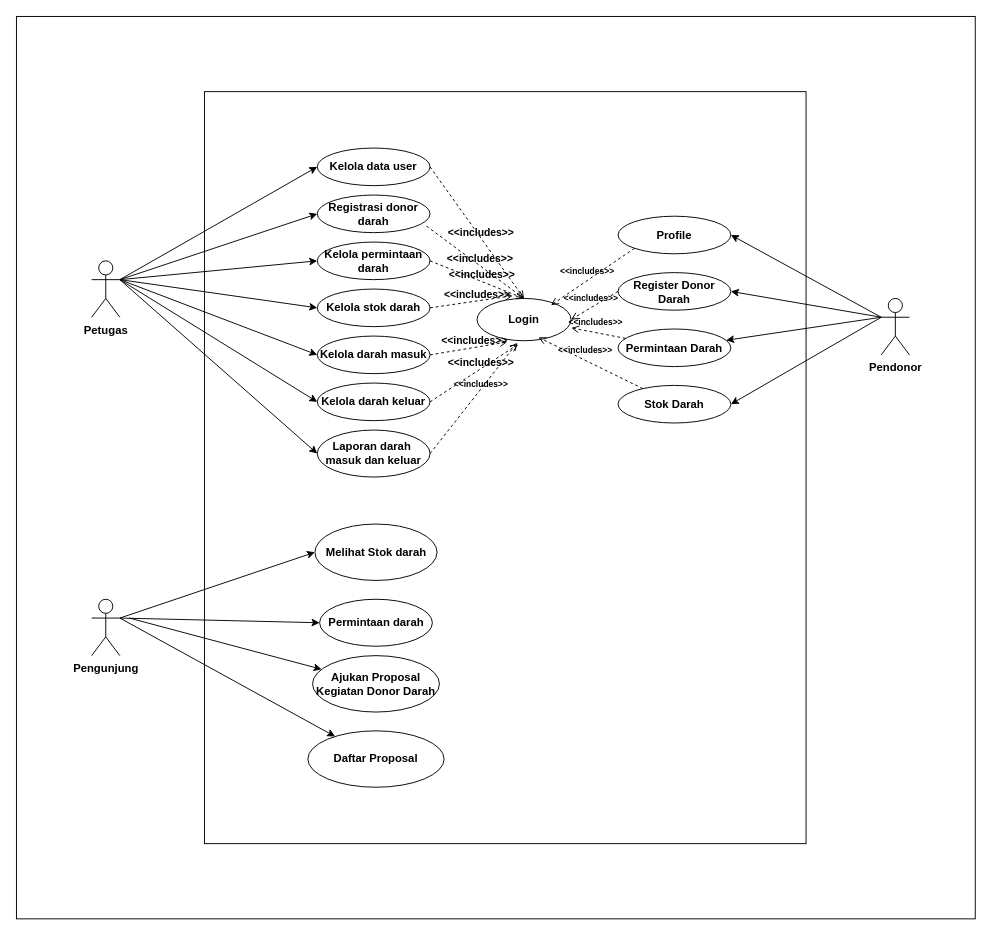
The draw.io diagram page "usecase" (1 of 24) of Untitled Diagram.drawio in afdikomayte/UDD-PMI-blood-donation-service, before the edit. Source tidied: cells renumbered, new cells numbered last; positions are measured from the earlier drawing's top-left corner, leaving out a move shared by most shapes. Both pictures are drawn from the tidied source at 94%, with x=0, y=0 at pixel (16, 16).
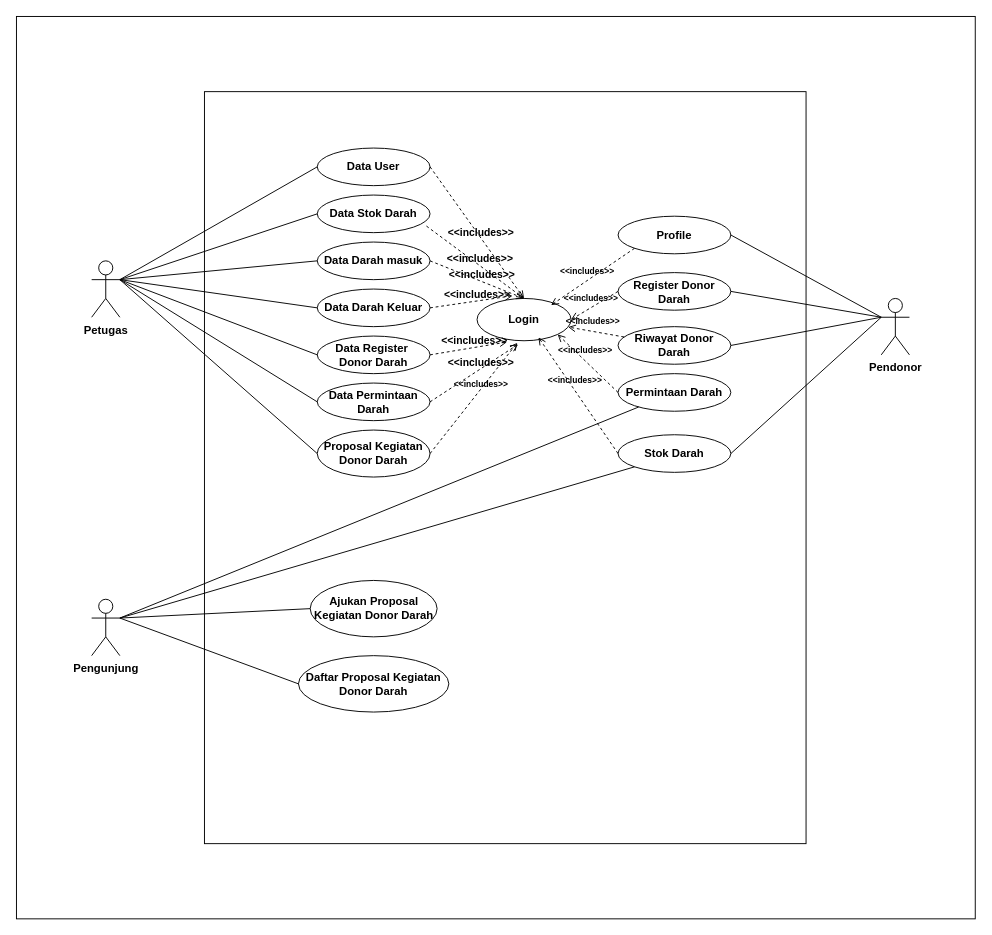
After the change.

The change refers to these unchanged cells:
```xml
<mxCell id="5" value="Petugas" style="shape=umlActor;verticalLabelPosition=bottom;verticalAlign=top;html=1;outlineConnect=0;fontStyle=1;" parent="1" vertex="1">
  <mxGeometry x="80" y="260" width="30" height="60" as="geometry" />
</mxCell>
<mxCell id="6" value="Login" style="ellipse;whiteSpace=wrap;html=1;fontStyle=1;" parent="1" vertex="1">
  <mxGeometry x="490" y="300" width="100" height="45" as="geometry" />
</mxCell>
<mxCell id="20" value="Pendonor" style="shape=umlActor;verticalLabelPosition=bottom;verticalAlign=top;html=1;outlineConnect=0;fontStyle=1;" parent="1" vertex="1">
  <mxGeometry x="920" y="300" width="30" height="60" as="geometry" />
</mxCell>
<mxCell id="23" value="Profile" style="ellipse;whiteSpace=wrap;html=1;fontStyle=1;" parent="1" vertex="1">
  <mxGeometry x="640" y="212.5" width="120" height="40" as="geometry" />
</mxCell>
<mxCell id="24" value="Register Donor Darah" style="ellipse;whiteSpace=wrap;html=1;fontStyle=1;" parent="1" vertex="1">
  <mxGeometry x="640" y="272.5" width="120" height="40" as="geometry" />
</mxCell>
<mxCell id="27" value="Pengunjung" style="shape=umlActor;verticalLabelPosition=bottom;verticalAlign=top;html=1;outlineConnect=0;fontStyle=1;" parent="1" vertex="1">
  <mxGeometry x="80" y="620" width="30" height="60" as="geometry" />
</mxCell>
```

Diff of the diagram source:
```diff
@@
-    <mxCell id="4" style="rounded=0;jettySize=auto;html=1;exitX=1;exitY=0.3333333333333333;exitDx=0;exitDy=0;exitPerimeter=0;entryX=0;entryY=0.5;entryDx=0;entryDy=0;fontStyle=1;" parent="1" edge="1" source="5" target="7">
-      <mxGeometry relative="1" as="geometry" />
-    </mxCell>
@@
-    <mxCell id="7" value="Kelola data user" style="ellipse;whiteSpace=wrap;html=1;fontStyle=1;" parent="1" vertex="1">
+    <mxCell id="7" value="Data User" style="ellipse;whiteSpace=wrap;html=1;fontStyle=1;" parent="1" vertex="1">
       <mxGeometry x="320" y="140" width="120" height="40" as="geometry" />
     </mxCell>
-    <mxCell id="8" value="Registrasi donor darah" style="ellipse;whiteSpace=wrap;html=1;fontStyle=1;" parent="1" vertex="1">
+    <mxCell id="8" value="Data Stok Darah" style="ellipse;whiteSpace=wrap;html=1;fontStyle=1;" parent="1" vertex="1">
       <mxGeometry x="320" y="190" width="120" height="40" as="geometry" />
     </mxCell>
-    <mxCell id="9" value="Kelola permintaan darah" style="ellipse;whiteSpace=wrap;html=1;fontStyle=1;" parent="1" vertex="1">
+    <mxCell id="9" value="Data Darah masuk" style="ellipse;whiteSpace=wrap;html=1;fontStyle=1;" parent="1" vertex="1">
       <mxGeometry x="320" y="240" width="120" height="40" as="geometry" />
     </mxCell>
-    <mxCell id="10" value="Kelola stok darah" style="ellipse;whiteSpace=wrap;html=1;fontStyle=1;" parent="1" vertex="1">
+    <mxCell id="10" value="Data Darah Keluar" style="ellipse;whiteSpace=wrap;html=1;fontStyle=1;" parent="1" vertex="1">
       <mxGeometry x="320" y="290" width="120" height="40" as="geometry" />
     </mxCell>
-    <mxCell id="11" value="Kelola darah masuk" style="ellipse;whiteSpace=wrap;html=1;fontStyle=1;" parent="1" vertex="1">
+    <mxCell id="11" value="Data Register&amp;nbsp;&lt;div&gt;Donor Darah&lt;/div&gt;" style="ellipse;whiteSpace=wrap;html=1;fontStyle=1;" parent="1" vertex="1">
       <mxGeometry x="320" y="340" width="120" height="40" as="geometry" />
     </mxCell>
-    <mxCell id="12" value="Kelola darah keluar" style="ellipse;whiteSpace=wrap;html=1;fontStyle=1;" parent="1" vertex="1">
+    <mxCell id="12" value="Data Permintaan Darah" style="ellipse;whiteSpace=wrap;html=1;fontStyle=1;" parent="1" vertex="1">
       <mxGeometry x="320" y="390" width="120" height="40" as="geometry" />
     </mxCell>
-    <mxCell id="13" style="rounded=0;jettySize=auto;html=1;entryX=0;entryY=0.5;entryDx=0;entryDy=0;exitX=1;exitY=0.3333333333333333;exitDx=0;exitDy=0;exitPerimeter=0;fontStyle=1;" parent="1" edge="1" source="5" target="8">
-      <mxGeometry relative="1" as="geometry" />
-    </mxCell>
-    <mxCell id="14" style="rounded=0;jettySize=auto;html=1;entryX=0;entryY=0.5;entryDx=0;entryDy=0;exitX=1;exitY=0.3333333333333333;exitDx=0;exitDy=0;exitPerimeter=0;fontStyle=1;" parent="1" edge="1" source="5" target="9">
-      <mxGeometry relative="1" as="geometry" />
-    </mxCell>
-    <mxCell id="15" style="rounded=0;jettySize=auto;html=1;entryX=0;entryY=0.5;entryDx=0;entryDy=0;exitX=1;exitY=0.3333333333333333;exitDx=0;exitDy=0;exitPerimeter=0;fontStyle=1;" parent="1" edge="1" source="5" target="10">
-      <mxGeometry relative="1" as="geometry" />
-    </mxCell>
-    <mxCell id="16" style="rounded=0;jettySize=auto;html=1;entryX=0;entryY=0.5;entryDx=0;entryDy=0;exitX=1;exitY=0.3333333333333333;exitDx=0;exitDy=0;exitPerimeter=0;fontStyle=1;" parent="1" edge="1" source="5" target="11">
-      <mxGeometry relative="1" as="geometry" />
-    </mxCell>
-    <mxCell id="17" style="rounded=0;jettySize=auto;html=1;entryX=0;entryY=0.5;entryDx=0;entryDy=0;exitX=1;exitY=0.3333333333333333;exitDx=0;exitDy=0;exitPerimeter=0;fontStyle=1;" parent="1" edge="1" source="5" target="12">
-      <mxGeometry relative="1" as="geometry" />
-    </mxCell>
-    <mxCell id="18" value="Laporan darah&amp;nbsp;&lt;div&gt;masuk dan keluar&lt;/div&gt;" style="ellipse;whiteSpace=wrap;html=1;fontStyle=1;" parent="1" vertex="1">
+    <mxCell id="18" value="Proposal Kegiatan&lt;div&gt;Donor Darah&lt;/div&gt;" style="ellipse;whiteSpace=wrap;html=1;fontStyle=1;" parent="1" vertex="1">
       <mxGeometry x="320" y="440" width="120" height="50" as="geometry" />
     </mxCell>
-    <mxCell id="19" style="rounded=0;jettySize=auto;html=1;exitX=0;exitY=0.3333333333333333;exitDx=0;exitDy=0;exitPerimeter=0;entryX=1;entryY=0.5;entryDx=0;entryDy=0;fontStyle=1;" parent="1" edge="1" source="20" target="23">
-      <mxGeometry relative="1" as="geometry" />
-    </mxCell>
@@
-    <mxCell id="22" style="rounded=0;jettySize=auto;html=1;entryX=0;entryY=0.5;entryDx=0;entryDy=0;exitX=1;exitY=0.3333333333333333;exitDx=0;exitDy=0;exitPerimeter=0;fontStyle=1;" parent="1" edge="1" source="5" target="18">
-      <mxGeometry relative="1" as="geometry" />
-    </mxCell>
@@
-    <mxCell id="25" style="rounded=0;jettySize=auto;html=1;exitX=0;exitY=0.333;exitDx=0;exitDy=0;exitPerimeter=0;entryX=1;entryY=0.5;entryDx=0;entryDy=0;fontStyle=1;" parent="1" edge="1" source="20" target="24">
-      <mxGeometry relative="1" as="geometry" />
-    </mxCell>
-    <mxCell id="26" style="rounded=0;jettySize=auto;html=1;entryX=0;entryY=0.5;entryDx=0;entryDy=0;exitX=1;exitY=0.3333333333333333;exitDx=0;exitDy=0;exitPerimeter=0;fontStyle=1;" parent="1" edge="1" source="27" target="28">
-      <mxGeometry relative="1" as="geometry" />
-    </mxCell>
@@
-    <mxCell id="28" value="Melihat Stok darah" style="ellipse;whiteSpace=wrap;html=1;fontStyle=1;" parent="1" vertex="1">
-      <mxGeometry x="317.5" y="540" width="130" height="60" as="geometry" />
-    </mxCell>
-    <mxCell id="29" value="Permintaan darah" style="ellipse;whiteSpace=wrap;html=1;fontStyle=1;" parent="1" vertex="1">
-      <mxGeometry x="322.5" y="620" width="120" height="50" as="geometry" />
-    </mxCell>
-    <mxCell id="30" style="rounded=0;jettySize=auto;html=1;entryX=0;entryY=0.5;entryDx=0;entryDy=0;fontStyle=1;exitX=1;exitY=0.3333333333333333;exitDx=0;exitDy=0;exitPerimeter=0;" parent="1" edge="1" source="27" target="29">
-      <mxGeometry relative="1" as="geometry" />
-    </mxCell>
     <mxCell id="31" value="Ajukan Proposal Kegiatan Donor Darah" style="ellipse;whiteSpace=wrap;html=1;fontStyle=1;" parent="1" vertex="1">
-      <mxGeometry x="315" y="680" width="135" height="60" as="geometry" />
+      <mxGeometry x="312.5" y="600" width="135" height="60" as="geometry" />
     </mxCell>
@@
     <mxCell id="38" value="Permintaan Darah" style="ellipse;whiteSpace=wrap;html=1;fontStyle=1;" parent="1" vertex="1">
-      <mxGeometry x="640" y="332.5" width="120" height="40" as="geometry" />
+      <mxGeometry x="640" y="380" width="120" height="40" as="geometry" />
     </mxCell>
     <mxCell id="39" value="Stok Darah" style="ellipse;whiteSpace=wrap;html=1;fontStyle=1;" parent="1" vertex="1">
-      <mxGeometry x="640" y="392.5" width="120" height="40" as="geometry" />
+      <mxGeometry x="640" y="445" width="120" height="40" as="geometry" />
     </mxCell>
-    <mxCell id="40" style="rounded=0;jettySize=auto;html=1;fontStyle=1;" parent="1" edge="1" target="38">
-      <mxGeometry relative="1" as="geometry">
-        <mxPoint x="920" y="320" as="sourcePoint" />
-      </mxGeometry>
-    </mxCell>
-    <mxCell id="41" style="rounded=0;jettySize=auto;html=1;exitX=0;exitY=0.3333333333333333;exitDx=0;exitDy=0;exitPerimeter=0;entryX=1;entryY=0.5;entryDx=0;entryDy=0;fontStyle=1;" parent="1" edge="1" source="20" target="39">
-      <mxGeometry relative="1" as="geometry" />
-    </mxCell>
-    <mxCell id="42" value="&lt;font style=&quot;font-size: 9px;&quot;&gt;&amp;lt;&amp;lt;includes&amp;gt;&amp;gt;&lt;/font&gt;" style="endArrow=open;html=1;rounded=0;align=center;verticalAlign=bottom;dashed=1;endFill=0;labelBackgroundColor=none;fontStyle=1;entryX=0.653;entryY=0.919;entryDx=0;entryDy=0;entryPerimeter=0;" parent="1" edge="1" source="39" target="6">
+    <mxCell id="42" value="&lt;font style=&quot;font-size: 9px;&quot;&gt;&amp;lt;&amp;lt;includes&amp;gt;&amp;gt;&lt;/font&gt;" style="endArrow=open;html=1;rounded=0;align=center;verticalAlign=bottom;dashed=1;endFill=0;labelBackgroundColor=none;fontStyle=1;entryX=0.653;entryY=0.919;entryDx=0;entryDy=0;entryPerimeter=0;exitX=0;exitY=0.5;exitDx=0;exitDy=0;" parent="1" edge="1" source="39" target="6">
       <mxGeometry x="0.12" y="-2" relative="1" as="geometry" />
     </mxCell>
-    <mxCell id="43" value="&lt;font style=&quot;font-size: 9px;&quot;&gt;&amp;lt;&amp;lt;includes&amp;gt;&amp;gt;&lt;/font&gt;" style="endArrow=open;html=1;rounded=0;align=center;verticalAlign=bottom;dashed=1;endFill=0;labelBackgroundColor=none;fontStyle=1;entryX=1.003;entryY=0.696;entryDx=0;entryDy=0;entryPerimeter=0;" parent="1" edge="1" source="38" target="6">
+    <mxCell id="43" value="&lt;font style=&quot;font-size: 9px;&quot;&gt;&amp;lt;&amp;lt;includes&amp;gt;&amp;gt;&lt;/font&gt;" style="endArrow=open;html=1;rounded=0;align=center;verticalAlign=bottom;dashed=1;endFill=0;labelBackgroundColor=none;fontStyle=1;entryX=1;entryY=1;entryDx=0;entryDy=0;exitX=0;exitY=0.5;exitDx=0;exitDy=0;" parent="1" edge="1" source="38" target="6">
       <mxGeometry x="0.12" y="-2" relative="1" as="geometry" />
     </mxCell>
@@
-    <mxCell id="46" style="rounded=0;jettySize=auto;html=1;fontStyle=1;" parent="1" edge="1" target="31">
-      <mxGeometry relative="1" as="geometry">
-        <mxPoint x="120" y="640" as="sourcePoint" />
-      </mxGeometry>
-    </mxCell>
-    <mxCell id="47" value="Daftar Proposal" style="ellipse;whiteSpace=wrap;html=1;fontStyle=1;" parent="1" vertex="1">
-      <mxGeometry x="310" y="760" width="145" height="60" as="geometry" />
+    <mxCell id="47" value="Daftar Proposal Kegiatan&lt;div&gt;Donor Darah&lt;/div&gt;" style="ellipse;whiteSpace=wrap;html=1;fontStyle=1;" parent="1" vertex="1">
+      <mxGeometry x="300" y="680" width="160" height="60" as="geometry" />
     </mxCell>
+    <mxCell id="49" value="Riwayat Donor Darah" style="ellipse;whiteSpace=wrap;html=1;fontStyle=1;" parent="1" vertex="1">
+      <mxGeometry x="640" y="330" width="120" height="40" as="geometry" />
+    </mxCell>
+    <mxCell id="50" value="&lt;font style=&quot;font-size: 9px;&quot;&gt;&amp;lt;&amp;lt;includes&amp;gt;&amp;gt;&lt;/font&gt;" style="endArrow=open;html=1;rounded=0;align=center;verticalAlign=bottom;dashed=1;endFill=0;labelBackgroundColor=none;fontStyle=1;" parent="1" edge="1" source="49" target="6">
+      <mxGeometry x="0.12" y="-2" relative="1" as="geometry" />
+    </mxCell>
+    <mxCell id="4" style="endArrow=none;html=1;rounded=0;exitX=1;exitY=0.3333333333333333;exitDx=0;exitDy=0;exitPerimeter=0;entryX=0;entryY=0.5;entryDx=0;entryDy=0;" parent="1" edge="1" source="5" target="7">
+      <mxGeometry relative="1" as="geometry" />
+    </mxCell>
+    <mxCell id="13" style="endArrow=none;html=1;rounded=0;exitX=1;exitY=0.3333333333333333;exitDx=0;exitDy=0;exitPerimeter=0;entryX=0;entryY=0.5;entryDx=0;entryDy=0;" parent="1" edge="1" source="5" target="8">
+      <mxGeometry relative="1" as="geometry" />
+    </mxCell>
+    <mxCell id="15" style="endArrow=none;html=1;rounded=0;exitX=1;exitY=0.3333333333333333;exitDx=0;exitDy=0;exitPerimeter=0;entryX=0;entryY=0.5;entryDx=0;entryDy=0;" parent="1" edge="1" source="5" target="10">
+      <mxGeometry relative="1" as="geometry" />
+    </mxCell>
+    <mxCell id="16" style="endArrow=none;html=1;rounded=0;exitX=1;exitY=0.3333333333333333;exitDx=0;exitDy=0;exitPerimeter=0;entryX=0;entryY=0.5;entryDx=0;entryDy=0;" parent="1" edge="1" source="5" target="11">
+      <mxGeometry relative="1" as="geometry" />
+    </mxCell>
+    <mxCell id="17" style="endArrow=none;html=1;rounded=0;exitX=1;exitY=0.3333333333333333;exitDx=0;exitDy=0;exitPerimeter=0;entryX=0;entryY=0.5;entryDx=0;entryDy=0;" parent="1" edge="1" source="5" target="12">
+      <mxGeometry relative="1" as="geometry" />
+    </mxCell>
+    <mxCell id="22" style="endArrow=none;html=1;rounded=0;exitX=1;exitY=0.3333333333333333;exitDx=0;exitDy=0;exitPerimeter=0;entryX=0;entryY=0.5;entryDx=0;entryDy=0;" parent="1" edge="1" source="5" target="18">
+      <mxGeometry relative="1" as="geometry" />
+    </mxCell>
+    <mxCell id="51" style="endArrow=none;html=1;rounded=0;entryX=0;entryY=0.5;entryDx=0;entryDy=0;" parent="1" edge="1" target="9">
+      <mxGeometry relative="1" as="geometry">
+        <mxPoint x="110" y="280" as="sourcePoint" />
+      </mxGeometry>
+    </mxCell>
+    <mxCell id="52" style="endArrow=none;html=1;rounded=0;entryX=0;entryY=0.3333333333333333;entryDx=0;entryDy=0;entryPerimeter=0;exitX=1;exitY=0.5;exitDx=0;exitDy=0;" parent="1" edge="1" source="24" target="20">
+      <mxGeometry relative="1" as="geometry" />
+    </mxCell>
+    <mxCell id="53" style="endArrow=none;html=1;rounded=0;exitX=1;exitY=0.5;exitDx=0;exitDy=0;entryX=0;entryY=0.3333333333333333;entryDx=0;entryDy=0;entryPerimeter=0;" parent="1" edge="1" source="23" target="20">
+      <mxGeometry relative="1" as="geometry" />
+    </mxCell>
+    <mxCell id="54" style="endArrow=none;html=1;rounded=0;entryX=0;entryY=0.3333333333333333;entryDx=0;entryDy=0;entryPerimeter=0;exitX=1;exitY=0.5;exitDx=0;exitDy=0;" parent="1" edge="1" source="49" target="20">
+      <mxGeometry relative="1" as="geometry" />
+    </mxCell>
+    <mxCell id="55" style="endArrow=none;html=1;rounded=0;entryX=0;entryY=0.3333333333333333;entryDx=0;entryDy=0;entryPerimeter=0;exitX=1;exitY=0.5;exitDx=0;exitDy=0;" parent="1" edge="1" source="39" target="20">
+      <mxGeometry relative="1" as="geometry" />
+    </mxCell>
+    <mxCell id="56" style="endArrow=none;html=1;rounded=0;exitX=1;exitY=0.3333333333333333;exitDx=0;exitDy=0;exitPerimeter=0;" parent="1" edge="1" source="27" target="38">
+      <mxGeometry relative="1" as="geometry" />
+    </mxCell>
+    <mxCell id="57" style="endArrow=none;html=1;rounded=0;exitX=1;exitY=0.3333333333333333;exitDx=0;exitDy=0;exitPerimeter=0;entryX=0;entryY=1;entryDx=0;entryDy=0;" parent="1" edge="1" source="27" target="39">
+      <mxGeometry relative="1" as="geometry" />
+    </mxCell>
+    <mxCell id="58" style="endArrow=none;html=1;rounded=0;exitX=1;exitY=0.3333333333333333;exitDx=0;exitDy=0;exitPerimeter=0;entryX=0;entryY=0.5;entryDx=0;entryDy=0;" parent="1" edge="1" source="27" target="31">
+      <mxGeometry relative="1" as="geometry" />
+    </mxCell>
-    <mxCell id="48" style="rounded=0;jettySize=auto;html=1;fontStyle=1;exitX=1;exitY=0.3333333333333333;exitDx=0;exitDy=0;exitPerimeter=0;" parent="1" edge="1" source="27" target="47">
+    <mxCell id="48" style="endArrow=none;html=1;rounded=0;exitX=1;exitY=0.3333333333333333;exitDx=0;exitDy=0;exitPerimeter=0;entryX=0;entryY=0.5;entryDx=0;entryDy=0;" parent="1" edge="1" source="27" target="47">
       <mxGeometry relative="1" as="geometry" />
     </mxCell>
```
